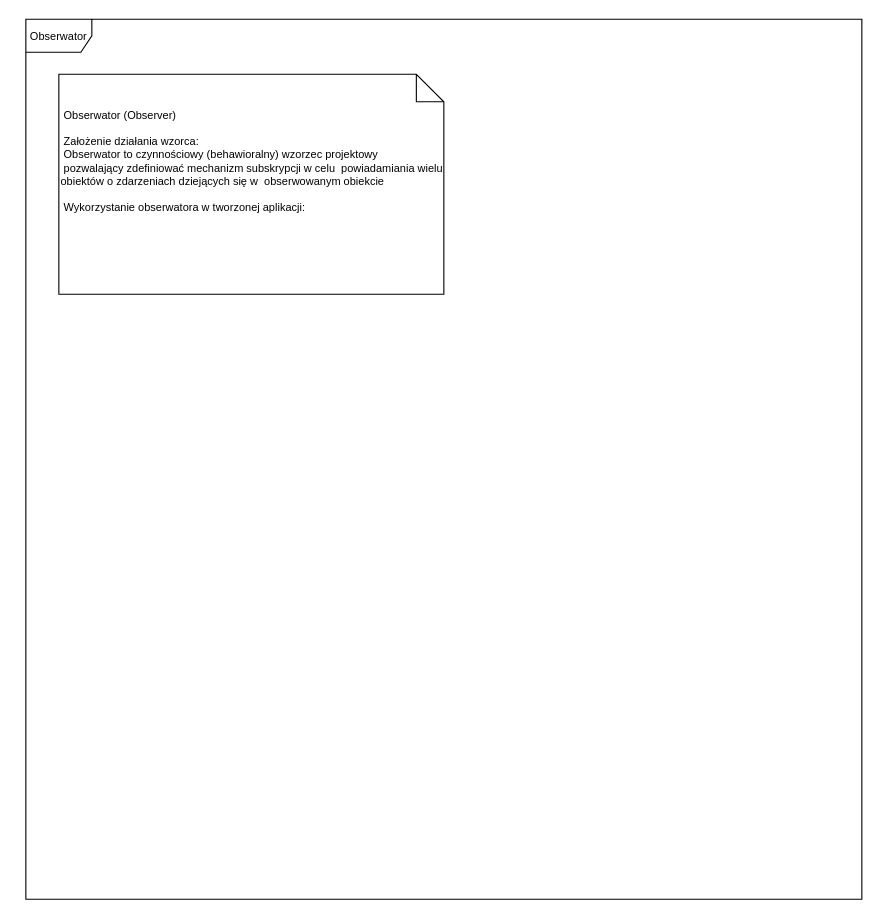
The draw.io diagram page "Obserwator" (1 of 3) of src/Untitled Diagram.drawio in aleksandra0291/wzorce, before the edit. Source tidied: cells renumbered, new cells numbered last; positions are measured from the earlier drawing's top-left corner, leaving out a move shared by most shapes. Both pictures are drawn from the tidied source at 110%, with x=0, y=0 at pixel (25, 19).
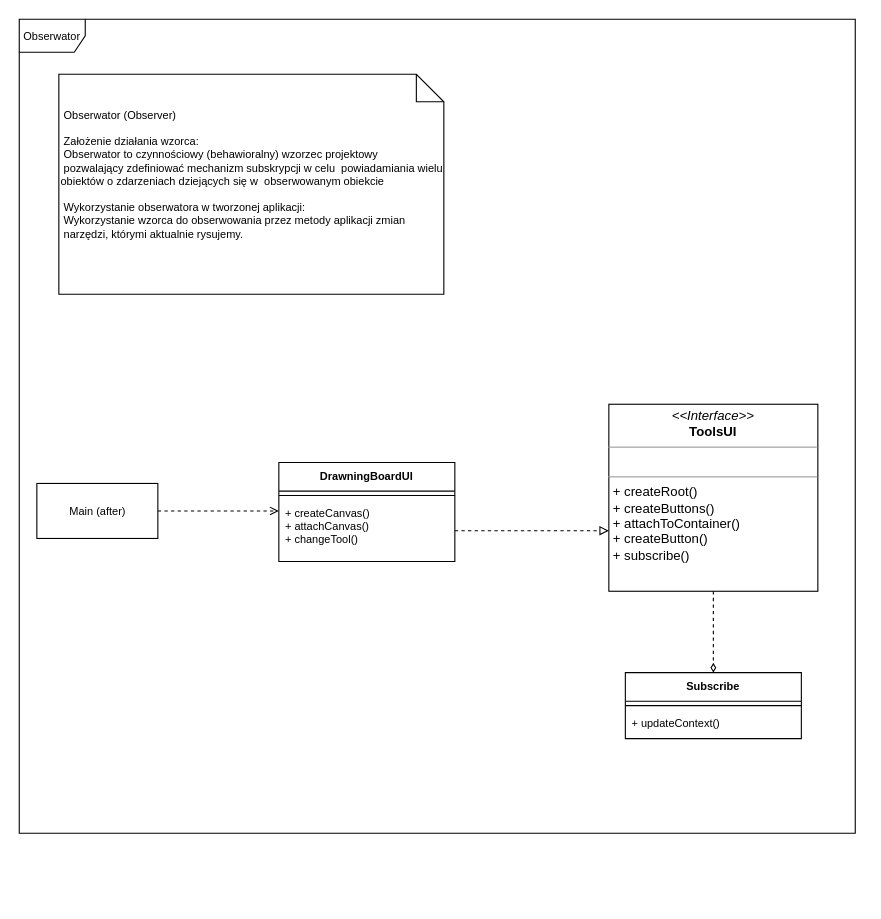
The same page after the edit.

The edit, as a diff of the source:
```diff
@@
 <mxGraphModel>
   <root>
     <mxCell id="0" />
     <mxCell id="1" parent="0" />
     <mxCell id="2" value="&lt;font style=&quot;font-size: 10px;&quot;&gt;Obserwator&lt;/font&gt;" style="shape=umlFrame;whiteSpace=wrap;html=1;" parent="1" vertex="1">
-      <mxGeometry width="760" height="800" as="geometry" />
+      <mxGeometry x="-6" width="760" height="740" as="geometry" />
     </mxCell>
-    <mxCell id="3" value="&lt;span style=&quot;white-space: pre;&quot;&gt; &lt;/span&gt;Obserwator (Observer)&amp;nbsp;&lt;br&gt;&lt;br&gt;&lt;span style=&quot;white-space: pre;&quot;&gt; &lt;/span&gt;Założenie działania wzorca:&amp;nbsp;&lt;br&gt;&lt;span style=&quot;white-space: pre;&quot;&gt; &lt;/span&gt;Obserwator to czynnościowy (behawioralny) wzorzec projektowy &lt;span style=&quot;white-space: pre;&quot;&gt; &lt;/span&gt;pozwalający zdefiniować mechanizm subskrypcji w celu &lt;span style=&quot;white-space: pre;&quot;&gt; &lt;/span&gt;powiadamiania wielu obiektów o zdarzeniach dziejących się w &lt;span style=&quot;white-space: pre;&quot;&gt; &lt;/span&gt;obserwowanym obiekcie&amp;nbsp;&lt;br&gt;&lt;br&gt;&lt;span style=&quot;white-space: pre;&quot;&gt; &lt;/span&gt;Wykorzystanie obserwatora w tworzonej aplikacji:&lt;br&gt;" style="shape=note2;boundedLbl=1;whiteSpace=wrap;html=1;size=25;verticalAlign=top;align=left;fontSize=10;" parent="1" vertex="1">
+    <mxCell id="3" value="&lt;span style=&quot;white-space: pre;&quot;&gt; &lt;/span&gt;Obserwator (Observer)&amp;nbsp;&lt;br&gt;&lt;br&gt;&lt;span style=&quot;white-space: pre;&quot;&gt; &lt;/span&gt;Założenie działania wzorca:&amp;nbsp;&lt;br&gt;&lt;span style=&quot;white-space: pre;&quot;&gt; &lt;/span&gt;Obserwator to czynnościowy (behawioralny) wzorzec projektowy &lt;span style=&quot;white-space: pre;&quot;&gt; &lt;/span&gt;pozwalający zdefiniować mechanizm subskrypcji w celu &lt;span style=&quot;white-space: pre;&quot;&gt; &lt;/span&gt;powiadamiania wielu obiektów o zdarzeniach dziejących się w &lt;span style=&quot;white-space: pre;&quot;&gt; &lt;/span&gt;obserwowanym obiekcie&amp;nbsp;&lt;br&gt;&lt;br&gt;&lt;span style=&quot;white-space: pre;&quot;&gt; &lt;/span&gt;Wykorzystanie obserwatora w tworzonej aplikacji:&lt;br&gt;&lt;span style=&quot;white-space: pre;&quot;&gt; &lt;/span&gt;Wykorzystanie wzorca do obserwowania przez metody aplikacji zmian &lt;span style=&quot;white-space: pre;&quot;&gt; &lt;/span&gt;narzędzi, którymi aktualnie rysujemy.&amp;nbsp;" style="shape=note2;boundedLbl=1;whiteSpace=wrap;html=1;size=25;verticalAlign=top;align=left;fontSize=10;" parent="1" vertex="1">
       <mxGeometry x="30" y="50" width="350" height="200" as="geometry" />
     </mxCell>
+    <mxCell id="4" style="edgeStyle=orthogonalEdgeStyle;rounded=0;jettySize=auto;html=1;entryX=0.5;entryY=0;entryDx=0;entryDy=0;dashed=1;fontSize=10;endArrow=diamondThin;endFill=0;" parent="1" edge="1" source="5" target="10">
+      <mxGeometry relative="1" as="geometry" />
+    </mxCell>
+    <mxCell id="5" value="&lt;p style=&quot;margin:0px;margin-top:4px;text-align:center;&quot;&gt;&lt;i&gt;&amp;lt;&amp;lt;Interface&amp;gt;&amp;gt;&lt;/i&gt;&lt;br&gt;&lt;b&gt;ToolsUI&lt;/b&gt;&lt;/p&gt;&lt;hr size=&quot;1&quot;&gt;&lt;p style=&quot;margin:0px;margin-left:4px;&quot;&gt;&lt;br&gt;&lt;/p&gt;&lt;hr size=&quot;1&quot;&gt;&lt;p style=&quot;margin:0px;margin-left:4px;&quot;&gt;+ createRoot()&lt;br&gt;+ createButtons()&lt;/p&gt;&lt;p style=&quot;margin:0px;margin-left:4px;&quot;&gt;+ attachToContainer()&lt;/p&gt;&lt;p style=&quot;margin:0px;margin-left:4px;&quot;&gt;+ createButton()&lt;/p&gt;&lt;p style=&quot;margin:0px;margin-left:4px;&quot;&gt;+ subscribe()&lt;/p&gt;&lt;p style=&quot;margin:0px;margin-left:4px;&quot;&gt;&lt;br&gt;&lt;/p&gt;" style="verticalAlign=top;align=left;overflow=fill;fontSize=12;fontFamily=Helvetica;html=1;" parent="1" vertex="1">
+      <mxGeometry x="530" y="350" width="190" height="170" as="geometry" />
+    </mxCell>
+    <mxCell id="6" value="DrawningBoardUI" style="swimlane;fontStyle=1;align=center;verticalAlign=top;horizontal=1;startSize=26;fontSize=10;" parent="1" vertex="1">
+      <mxGeometry x="230" y="403" width="160" height="90" as="geometry" />
+    </mxCell>
+    <mxCell id="7" style="line;strokeWidth=1;fillColor=none;align=left;verticalAlign=middle;spacingTop=-1;spacingLeft=3;spacingRight=3;labelPosition=right;fontSize=10;" parent="6" vertex="1">
+      <mxGeometry y="26" width="160" height="8" as="geometry" />
+    </mxCell>
+    <mxCell id="8" value="+ createCanvas()&#10;+ attachCanvas()&#10;+ changeTool()" style="text;strokeColor=none;fillColor=none;align=left;verticalAlign=top;spacingLeft=4;spacingRight=4;overflow=hidden;points=[[0,0.5],[1,0.5]];portConstraint=eastwest;fontSize=10;" parent="6" vertex="1">
+      <mxGeometry y="34" width="160" height="56" as="geometry" />
+    </mxCell>
+    <mxCell id="9" style="edgeStyle=orthogonalEdgeStyle;rounded=0;jettySize=auto;html=1;entryX=0;entryY=0.676;entryDx=0;entryDy=0;entryPerimeter=0;dashed=1;fontSize=10;endArrow=block;endFill=0;" parent="1" edge="1" source="8" target="5">
+      <mxGeometry relative="1" as="geometry" />
+    </mxCell>
+    <mxCell id="10" value="Subscribe" style="swimlane;fontStyle=1;align=center;verticalAlign=top;horizontal=1;startSize=26;fontSize=10;" parent="1" vertex="1">
+      <mxGeometry x="545" y="594" width="160" height="60" as="geometry" />
+    </mxCell>
+    <mxCell id="11" style="line;strokeWidth=1;fillColor=none;align=left;verticalAlign=middle;spacingTop=-1;spacingLeft=3;spacingRight=3;labelPosition=right;fontSize=10;" parent="10" vertex="1">
+      <mxGeometry y="26" width="160" height="8" as="geometry" />
+    </mxCell>
+    <mxCell id="12" value="+ updateContext()" style="text;strokeColor=none;fillColor=none;align=left;verticalAlign=top;spacingLeft=4;spacingRight=4;overflow=hidden;fontSize=10;" parent="10" vertex="1">
+      <mxGeometry y="34" width="160" height="26" as="geometry" />
+    </mxCell>
+    <mxCell id="13" style="edgeStyle=orthogonalEdgeStyle;rounded=0;jettySize=auto;html=1;entryX=0;entryY=0.179;entryDx=0;entryDy=0;entryPerimeter=0;dashed=1;fontSize=10;endArrow=open;endFill=0;" parent="1" edge="1" source="14" target="8">
+      <mxGeometry relative="1" as="geometry" />
+    </mxCell>
+    <mxCell id="14" value="Main (after)" style="html=1;fontSize=10;" parent="1" vertex="1">
+      <mxGeometry x="10" y="422" width="110" height="50" as="geometry" />
+    </mxCell>
   </root>
 </mxGraphModel>
```
